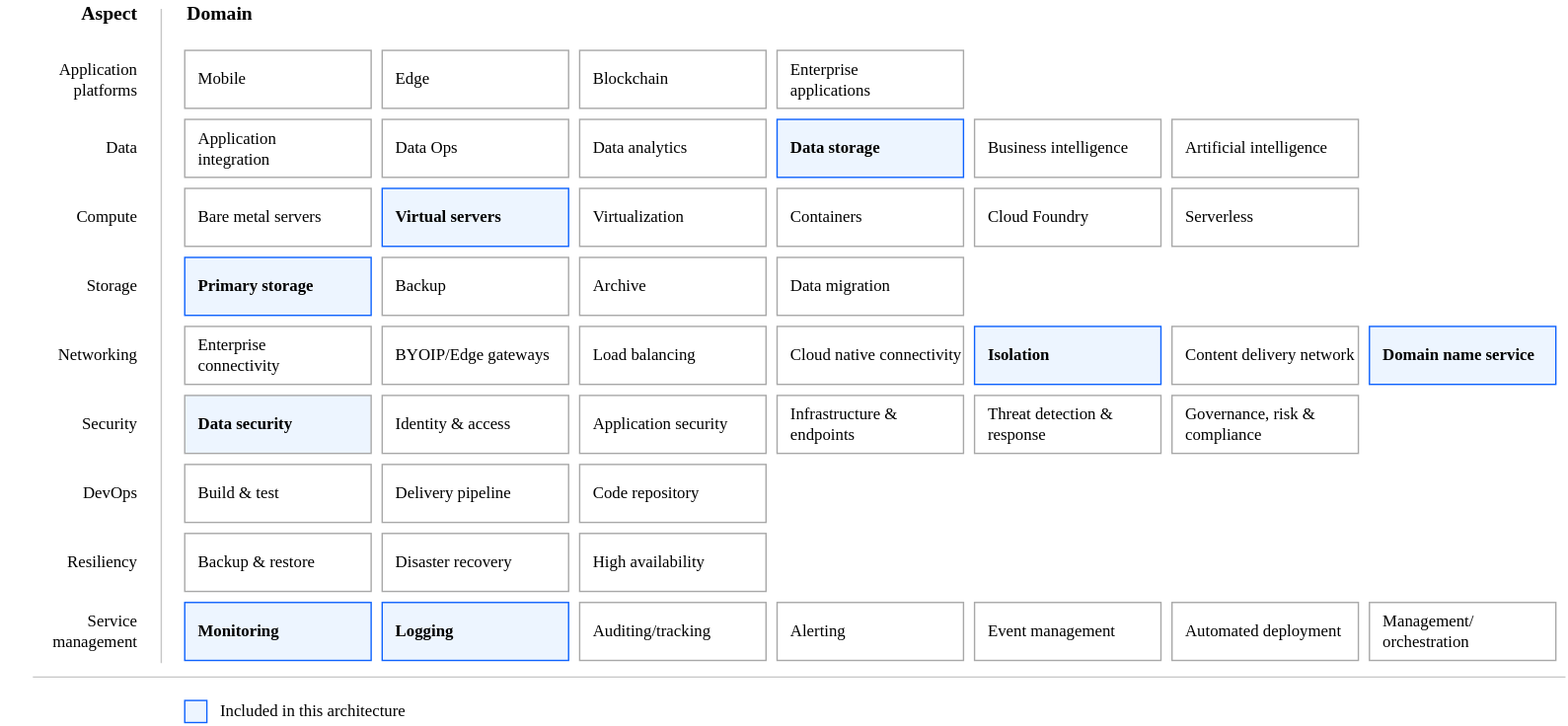
This is images/RA-ibm-cloud-hpc-heatmap-phase3.svg from ibm-cloud-docs/hpc-ibm-spectrumlsf, a draw.io export, as it was before one commit. Source tidied: cells renumbered, new cells last; positions are measured from the earlier drawing's top-left corner, leaving out a move shared by most shapes.
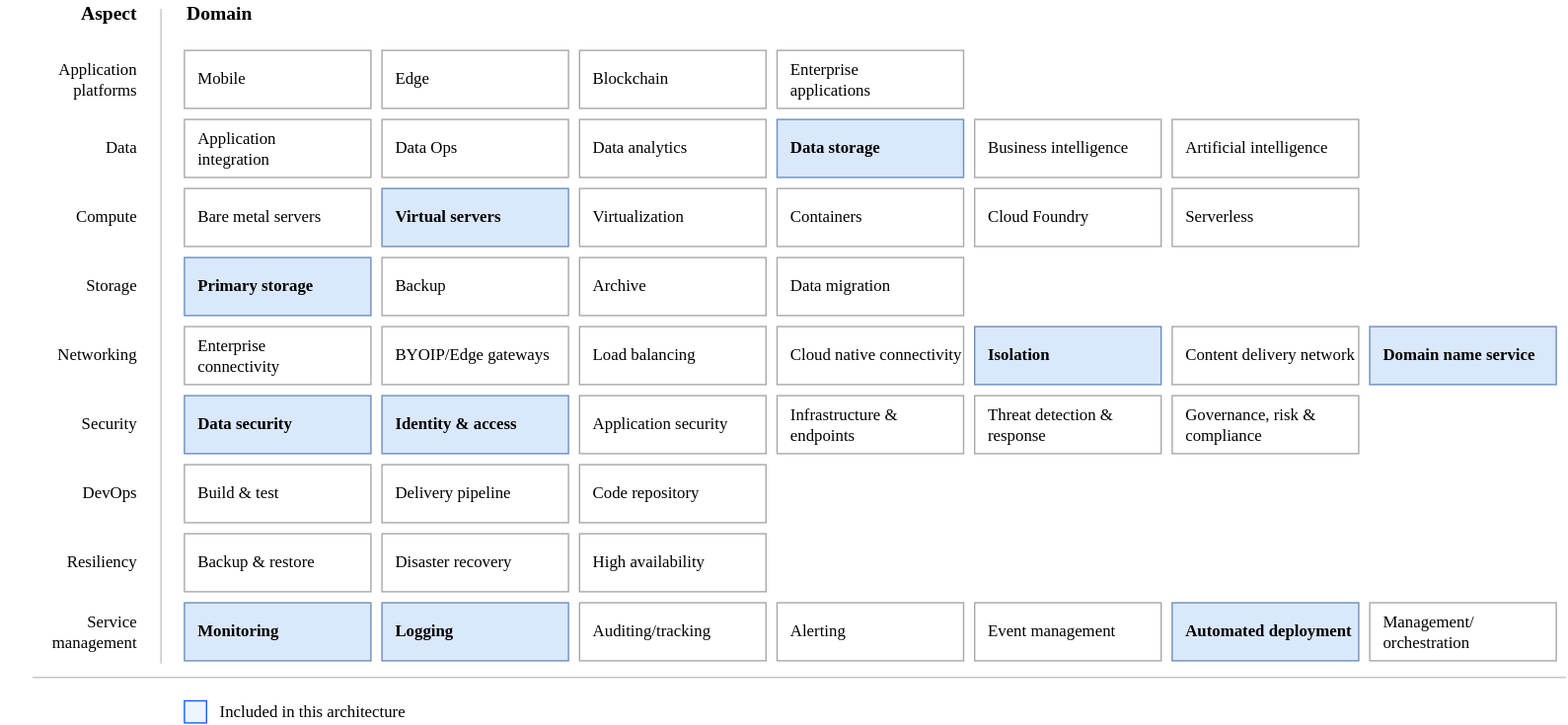
The same diagram one commit later.

What changed in the source:
```diff
@@ -11,7 +11,7 @@
     <mxCell id="4" value="Bare metal servers" style="rounded=0;whiteSpace=wrap;html=1;strokeColor=#A8A8A8;align=left;spacingLeft=8;fontFamily=IBM Plex Sans;" parent="1" vertex="1">
       <mxGeometry x="133" y="136" width="135" height="42" as="geometry" />
     </mxCell>
-    <mxCell id="5" value="Primary storage" style="rounded=0;whiteSpace=wrap;html=1;strokeColor=#0E62FD;align=left;spacingLeft=8;fontFamily=IBM Plex Sans;fillColor=#EDF5FF;fontStyle=1;" parent="1" vertex="1">
+    <mxCell id="5" value="Primary storage" style="rounded=0;whiteSpace=wrap;html=1;strokeColor=#6c8ebf;align=left;spacingLeft=8;fontFamily=IBM Plex Sans;fillColor=#dae8fc;fontStyle=1;" parent="1" vertex="1">
       <mxGeometry x="133" y="186" width="135" height="42" as="geometry" />
     </mxCell>
     <mxCell id="6" value="Enterprise &lt;br&gt;connectivity" style="rounded=0;whiteSpace=wrap;html=1;strokeColor=#A8A8A8;align=left;spacingLeft=8;fontFamily=IBM Plex Sans;" parent="1" vertex="1">
@@ -20,13 +20,13 @@
     <mxCell id="7" value="Build &amp;amp; test" style="rounded=0;whiteSpace=wrap;html=1;strokeColor=#A8A8A8;align=left;spacingLeft=8;fontFamily=IBM Plex Sans;" parent="1" vertex="1">
       <mxGeometry x="133" y="336" width="135" height="42" as="geometry" />
     </mxCell>
-    <mxCell id="8" value="Data security" style="rounded=0;whiteSpace=wrap;html=1;strokeColor=#A8A8A8;align=left;spacingLeft=8;fontFamily=IBM Plex Sans;fontStyle=1;fillColor=#EDF5FF;" parent="1" vertex="1">
+    <mxCell id="8" value="Data security" style="rounded=0;whiteSpace=wrap;html=1;strokeColor=#6c8ebf;align=left;spacingLeft=8;fontFamily=IBM Plex Sans;fontStyle=1;fillColor=#dae8fc;" parent="1" vertex="1">
       <mxGeometry x="133" y="286" width="135" height="42" as="geometry" />
     </mxCell>
     <mxCell id="9" value="Backup &amp;amp; restore" style="rounded=0;whiteSpace=wrap;html=1;strokeColor=#A8A8A8;align=left;spacingLeft=8;fontFamily=IBM Plex Sans;" parent="1" vertex="1">
       <mxGeometry x="133" y="386" width="135" height="42" as="geometry" />
     </mxCell>
-    <mxCell id="10" value="Monitoring" style="rounded=0;whiteSpace=wrap;html=1;strokeColor=#0E62FD;align=left;spacingLeft=8;fontFamily=IBM Plex Sans;fillColor=#EDF5FF;fontStyle=1;" parent="1" vertex="1">
+    <mxCell id="10" value="Monitoring" style="rounded=0;whiteSpace=wrap;html=1;strokeColor=#6c8ebf;align=left;spacingLeft=8;fontFamily=IBM Plex Sans;fillColor=#dae8fc;fontStyle=1;" parent="1" vertex="1">
       <mxGeometry x="133" y="436" width="135" height="42" as="geometry" />
     </mxCell>
     <mxCell id="11" value="Edge" style="rounded=0;whiteSpace=wrap;html=1;strokeColor=#A8A8A8;align=left;spacingLeft=8;fontFamily=IBM Plex Sans;fillColor=default;fontStyle=0;" parent="1" vertex="1">
@@ -44,13 +44,13 @@
     <mxCell id="15" value="Data analytics" style="rounded=0;whiteSpace=wrap;html=1;strokeColor=#A8A8A8;align=left;spacingLeft=8;fontFamily=IBM Plex Sans;fillColor=default;fontStyle=0;" parent="1" vertex="1">
       <mxGeometry x="419" y="86" width="135" height="42" as="geometry" />
     </mxCell>
-    <mxCell id="16" value="Data storage" style="rounded=0;whiteSpace=wrap;html=1;strokeColor=#0E62FD;align=left;spacingLeft=8;fontFamily=IBM Plex Sans;fillColor=#EDF5FF;fontStyle=1;" parent="1" vertex="1">
+    <mxCell id="16" value="Data storage" style="rounded=0;whiteSpace=wrap;html=1;strokeColor=#6c8ebf;align=left;spacingLeft=8;fontFamily=IBM Plex Sans;fillColor=#dae8fc;fontStyle=1;" parent="1" vertex="1">
       <mxGeometry x="562" y="86" width="135" height="42" as="geometry" />
     </mxCell>
     <mxCell id="17" value="Business intelligence" style="rounded=0;whiteSpace=wrap;html=1;strokeColor=#A8A8A8;align=left;spacingLeft=8;fontFamily=IBM Plex Sans;fillColor=default;fontStyle=0;" parent="1" vertex="1">
       <mxGeometry x="705" y="86" width="135" height="42" as="geometry" />
     </mxCell>
-    <mxCell id="18" value="Virtual servers" style="rounded=0;whiteSpace=wrap;html=1;strokeColor=#0E62FD;align=left;spacingLeft=8;fontFamily=IBM Plex Sans;fillColor=#EDF5FF;fontStyle=1;" parent="1" vertex="1">
+    <mxCell id="18" value="Virtual servers" style="rounded=0;whiteSpace=wrap;html=1;strokeColor=#6c8ebf;align=left;spacingLeft=8;fontFamily=IBM Plex Sans;fillColor=#dae8fc;fontStyle=1;" parent="1" vertex="1">
       <mxGeometry x="276" y="136" width="135" height="42" as="geometry" />
     </mxCell>
     <mxCell id="19" value="Virtualization" style="rounded=0;whiteSpace=wrap;html=1;strokeColor=#A8A8A8;align=left;spacingLeft=8;fontFamily=IBM Plex Sans;fillColor=default;fontStyle=0;" parent="1" vertex="1">
@@ -83,16 +83,16 @@
     <mxCell id="28" value="Cloud native connectivity" style="rounded=0;whiteSpace=wrap;html=1;strokeColor=#A8A8A8;align=left;spacingLeft=8;fontFamily=IBM Plex Sans;fillColor=default;fontStyle=0;" parent="1" vertex="1">
       <mxGeometry x="562" y="236" width="135" height="42" as="geometry" />
     </mxCell>
-    <mxCell id="29" value="Isolation" style="rounded=0;whiteSpace=wrap;html=1;strokeColor=#0E62FD;align=left;spacingLeft=8;fontFamily=IBM Plex Sans;fillColor=#EDF5FF;fontStyle=1;" parent="1" vertex="1">
+    <mxCell id="29" value="Isolation" style="rounded=0;whiteSpace=wrap;html=1;strokeColor=#6c8ebf;align=left;spacingLeft=8;fontFamily=IBM Plex Sans;fillColor=#dae8fc;fontStyle=1;" parent="1" vertex="1">
       <mxGeometry x="705" y="236" width="135" height="42" as="geometry" />
     </mxCell>
     <mxCell id="30" value="Content delivery network" style="rounded=0;whiteSpace=wrap;html=1;strokeColor=#A8A8A8;align=left;spacingLeft=8;fontFamily=IBM Plex Sans;fillColor=default;fontStyle=0;" parent="1" vertex="1">
       <mxGeometry x="848" y="236" width="135" height="42" as="geometry" />
     </mxCell>
-    <mxCell id="31" value="Domain name service" style="rounded=0;whiteSpace=wrap;html=1;strokeColor=#0E62FD;align=left;spacingLeft=8;fontFamily=IBM Plex Sans;fillColor=#EDF5FF;fontStyle=1;" parent="1" vertex="1">
+    <mxCell id="31" value="Domain name service" style="rounded=0;whiteSpace=wrap;html=1;strokeColor=#6c8ebf;align=left;spacingLeft=8;fontFamily=IBM Plex Sans;fillColor=#dae8fc;fontStyle=1;" parent="1" vertex="1">
       <mxGeometry x="991" y="236" width="135" height="42" as="geometry" />
     </mxCell>
-    <mxCell id="32" value="Identity &amp;amp; access" style="rounded=0;whiteSpace=wrap;html=1;strokeColor=#A8A8A8;align=left;spacingLeft=8;fontFamily=IBM Plex Sans;fillColor=default;fontStyle=0;" parent="1" vertex="1">
+    <mxCell id="32" value="Identity &amp;amp; access" style="rounded=0;whiteSpace=wrap;html=1;strokeColor=#6c8ebf;align=left;spacingLeft=8;fontFamily=IBM Plex Sans;fillColor=#dae8fc;fontStyle=1;" parent="1" vertex="1">
       <mxGeometry x="276" y="286" width="135" height="42" as="geometry" />
     </mxCell>
     <mxCell id="33" value="Application security" style="rounded=0;whiteSpace=wrap;html=1;strokeColor=#A8A8A8;align=left;spacingLeft=8;fontFamily=IBM Plex Sans;fillColor=default;fontStyle=0;" parent="1" vertex="1">
@@ -119,7 +119,7 @@
     <mxCell id="40" value="High availability" style="rounded=0;whiteSpace=wrap;html=1;strokeColor=#A8A8A8;align=left;spacingLeft=8;fontFamily=IBM Plex Sans;fillColor=default;fontStyle=0;" parent="1" vertex="1">
       <mxGeometry x="419" y="386" width="135" height="42" as="geometry" />
     </mxCell>
-    <mxCell id="41" value="Logging" style="rounded=0;whiteSpace=wrap;html=1;strokeColor=#0E62FD;align=left;spacingLeft=8;fontFamily=IBM Plex Sans;fillColor=#EDF5FF;fontStyle=1;" parent="1" vertex="1">
+    <mxCell id="41" value="Logging" style="rounded=0;whiteSpace=wrap;html=1;strokeColor=#6c8ebf;align=left;spacingLeft=8;fontFamily=IBM Plex Sans;fillColor=#dae8fc;fontStyle=1;" parent="1" vertex="1">
       <mxGeometry x="276" y="436" width="135" height="42" as="geometry" />
     </mxCell>
     <mxCell id="42" value="Auditing/tracking" style="rounded=0;whiteSpace=wrap;html=1;strokeColor=#A8A8A8;align=left;spacingLeft=8;fontFamily=IBM Plex Sans;fillColor=default;fontStyle=0;" parent="1" vertex="1">
@@ -131,7 +131,7 @@
     <mxCell id="44" value="Event management" style="rounded=0;whiteSpace=wrap;html=1;strokeColor=#A8A8A8;align=left;spacingLeft=8;fontFamily=IBM Plex Sans;fillColor=default;fontStyle=0;" parent="1" vertex="1">
       <mxGeometry x="705" y="436" width="135" height="42" as="geometry" />
     </mxCell>
-    <mxCell id="45" value="Automated deployment" style="rounded=0;whiteSpace=wrap;html=1;strokeColor=#A8A8A8;align=left;spacingLeft=8;fontFamily=IBM Plex Sans;fillColor=default;fontStyle=0;" parent="1" vertex="1">
+    <mxCell id="45" value="Automated deployment" style="rounded=0;whiteSpace=wrap;html=1;strokeColor=#6c8ebf;align=left;spacingLeft=8;fontFamily=IBM Plex Sans;fillColor=#dae8fc;fontStyle=1;" parent="1" vertex="1">
       <mxGeometry x="848" y="436" width="135" height="42" as="geometry" />
     </mxCell>
     <mxCell id="46" value="Management/&lt;br&gt;orchestration" style="rounded=0;whiteSpace=wrap;html=1;strokeColor=#A8A8A8;align=left;spacingLeft=8;fontFamily=IBM Plex Sans;fillColor=default;fontStyle=0;" parent="1" vertex="1">
```
